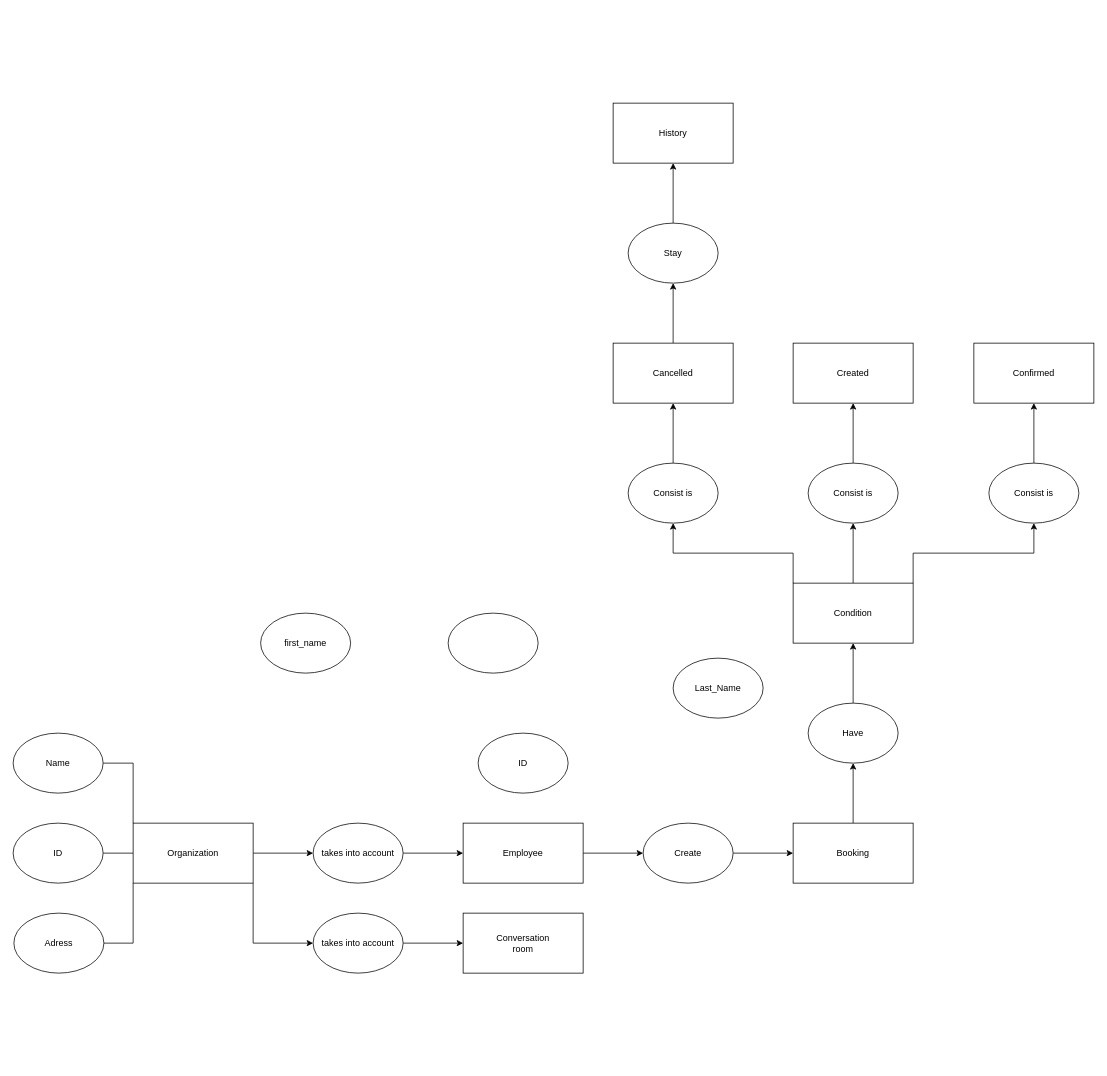
This is COURSE_3/TPaD_DB/LW/LW_Completed/LW_4/Conceptual_and_logical_models.drawio from Razebaloff/UKRTB_PopovD, a draw.io file, before an edit. Source tidied: cells renumbered, new cells numbered last; positions are measured from the earlier drawing's top-left corner, leaving out a move shared by most shapes. Both pictures are drawn from the tidied source at 75%, with x=0, y=0 at pixel (13, 103).
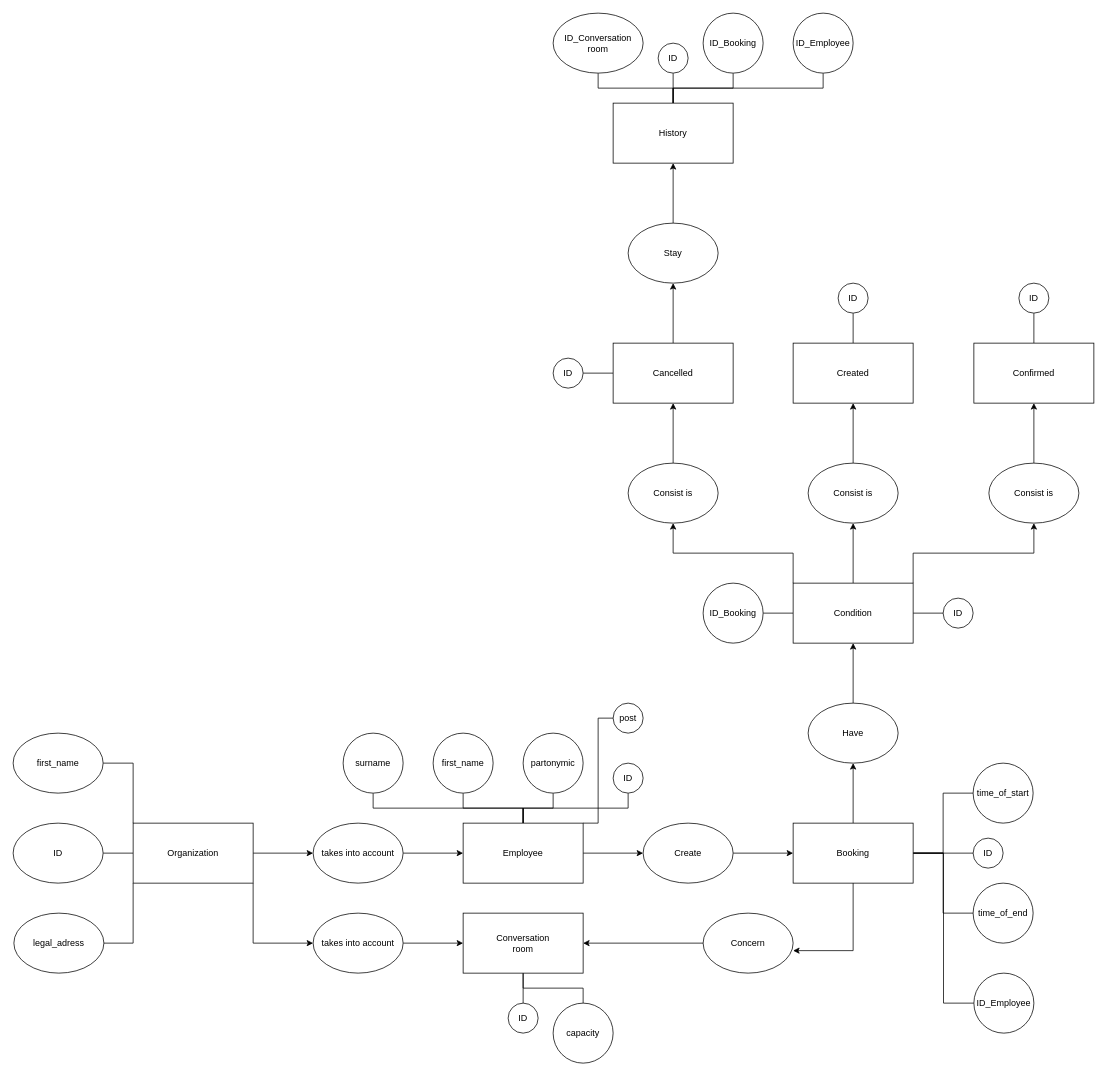
After the change.

The change refers to these unchanged cells:
```xml
<mxCell id="9" value="Employee" style="rounded=0;whiteSpace=wrap;html=1;" parent="1" vertex="1">
  <mxGeometry x="600" y="960" width="160" height="80" as="geometry" />
</mxCell>
<mxCell id="10" value="Conversation&lt;br&gt;room" style="rounded=0;whiteSpace=wrap;html=1;" parent="1" vertex="1">
  <mxGeometry x="600" y="1080" width="160" height="80" as="geometry" />
</mxCell>
<mxCell id="12" value="Booking" style="rounded=0;whiteSpace=wrap;html=1;" parent="1" vertex="1">
  <mxGeometry x="1040" y="960" width="160" height="80" as="geometry" />
</mxCell>
<mxCell id="22" value="Condition" style="rounded=0;whiteSpace=wrap;html=1;" parent="1" vertex="1">
  <mxGeometry x="1040" y="640" width="160" height="80" as="geometry" />
</mxCell>
<mxCell id="25" value="Created" style="rounded=0;whiteSpace=wrap;html=1;" parent="1" vertex="1">
  <mxGeometry x="1040" y="320" width="160" height="80" as="geometry" />
</mxCell>
<mxCell id="32" value="Confirmed" style="rounded=0;whiteSpace=wrap;html=1;" parent="1" vertex="1">
  <mxGeometry x="1281" y="320" width="160" height="80" as="geometry" />
</mxCell>
<mxCell id="34" value="Cancelled" style="rounded=0;whiteSpace=wrap;html=1;" parent="1" vertex="1">
  <mxGeometry x="800" y="320" width="160" height="80" as="geometry" />
</mxCell>
<mxCell id="35" value="History" style="rounded=0;whiteSpace=wrap;html=1;" parent="1" vertex="1">
  <mxGeometry x="800" width="160" height="80" as="geometry" />
</mxCell>
```

The edit, as a diff of the source:
```diff
@@
+    <mxCell id="45" style="edgeStyle=orthogonalEdgeStyle;rounded=0;jettySize=auto;html=1;exitX=0.5;exitY=0;exitDx=0;exitDy=0;entryX=0.5;entryY=1;entryDx=0;entryDy=0;defaultLabelBackgroundColor=page;labelPadding=0 4;endArrow=none;endFill=0;" parent="1" edge="1" source="9" target="43">
+      <mxGeometry relative="1" as="geometry" />
+    </mxCell>
+    <mxCell id="46" style="edgeStyle=orthogonalEdgeStyle;rounded=0;jettySize=auto;html=1;exitX=0.5;exitY=0;exitDx=0;exitDy=0;entryX=0.5;entryY=1;entryDx=0;entryDy=0;defaultLabelBackgroundColor=page;labelPadding=0 4;endArrow=none;endFill=0;" parent="1" edge="1" source="9" target="42">
+      <mxGeometry relative="1" as="geometry" />
+    </mxCell>
+    <mxCell id="47" style="edgeStyle=orthogonalEdgeStyle;rounded=0;jettySize=auto;html=1;exitX=0.5;exitY=0;exitDx=0;exitDy=0;entryX=0.5;entryY=1;entryDx=0;entryDy=0;defaultLabelBackgroundColor=page;labelPadding=0 4;endArrow=none;endFill=0;" parent="1" edge="1" source="9" target="65">
+      <mxGeometry relative="1" as="geometry" />
+    </mxCell>
+    <mxCell id="48" style="edgeStyle=orthogonalEdgeStyle;rounded=0;jettySize=auto;html=1;exitX=0.5;exitY=0;exitDx=0;exitDy=0;entryX=0.5;entryY=1;entryDx=0;entryDy=0;defaultLabelBackgroundColor=page;labelPadding=0 4;endArrow=none;endFill=0;" parent="1" edge="1" source="9" target="41">
+      <mxGeometry relative="1" as="geometry" />
+    </mxCell>
+    <mxCell id="49" style="edgeStyle=orthogonalEdgeStyle;rounded=0;jettySize=auto;html=1;exitX=1;exitY=0;exitDx=0;exitDy=0;entryX=0;entryY=0.5;entryDx=0;entryDy=0;defaultLabelBackgroundColor=page;labelPadding=0 4;endArrow=none;endFill=0;" parent="1" edge="1" source="9" target="44">
+      <mxGeometry relative="1" as="geometry">
+        <Array as="points">
+          <mxPoint x="780" y="960" />
+          <mxPoint x="780" y="820" />
+        </Array>
+      </mxGeometry>
+    </mxCell>
@@
+    <mxCell id="50" style="edgeStyle=orthogonalEdgeStyle;rounded=0;jettySize=auto;html=1;exitX=0.5;exitY=1;exitDx=0;exitDy=0;entryX=0.5;entryY=0;entryDx=0;entryDy=0;defaultLabelBackgroundColor=page;labelPadding=0 4;endArrow=none;endFill=0;" parent="1" edge="1" source="10" target="72">
+      <mxGeometry relative="1" as="geometry" />
+    </mxCell>
+    <mxCell id="51" style="edgeStyle=orthogonalEdgeStyle;rounded=0;jettySize=auto;html=1;exitX=0.5;exitY=1;exitDx=0;exitDy=0;entryX=0.5;entryY=0;entryDx=0;entryDy=0;defaultLabelBackgroundColor=page;labelPadding=0 4;endArrow=none;endFill=0;" parent="1" edge="1" source="10" target="73">
+      <mxGeometry relative="1" as="geometry" />
+    </mxCell>
@@
+    <mxCell id="52" style="edgeStyle=orthogonalEdgeStyle;rounded=0;jettySize=auto;html=1;exitX=1;exitY=0.5;exitDx=0;exitDy=0;defaultLabelBackgroundColor=page;labelPadding=0 4;endArrow=none;endFill=0;" parent="1" edge="1" source="12" target="70">
+      <mxGeometry relative="1" as="geometry" />
+    </mxCell>
+    <mxCell id="53" style="edgeStyle=orthogonalEdgeStyle;rounded=0;jettySize=auto;html=1;exitX=1;exitY=0.5;exitDx=0;exitDy=0;entryX=0;entryY=0.5;entryDx=0;entryDy=0;defaultLabelBackgroundColor=page;labelPadding=0 4;endArrow=none;endFill=0;" parent="1" edge="1" source="12" target="69">
+      <mxGeometry relative="1" as="geometry" />
+    </mxCell>
+    <mxCell id="54" style="edgeStyle=orthogonalEdgeStyle;rounded=0;jettySize=auto;html=1;exitX=1;exitY=0.5;exitDx=0;exitDy=0;entryX=0;entryY=0.5;entryDx=0;entryDy=0;defaultLabelBackgroundColor=page;labelPadding=0 4;endArrow=none;endFill=0;" parent="1" edge="1" source="12" target="71">
+      <mxGeometry relative="1" as="geometry" />
+    </mxCell>
+    <mxCell id="55" style="edgeStyle=orthogonalEdgeStyle;rounded=0;jettySize=auto;html=1;exitX=1;exitY=0.5;exitDx=0;exitDy=0;entryX=0;entryY=0.5;entryDx=0;entryDy=0;defaultLabelBackgroundColor=page;labelPadding=0 4;endArrow=none;endFill=0;" parent="1" edge="1" source="12" target="82">
+      <mxGeometry relative="1" as="geometry" />
+    </mxCell>
@@
+    <mxCell id="56" style="edgeStyle=orthogonalEdgeStyle;rounded=0;jettySize=auto;html=1;exitX=1;exitY=0.5;exitDx=0;exitDy=0;entryX=0;entryY=0.5;entryDx=0;entryDy=0;defaultLabelBackgroundColor=page;labelPadding=0 4;endArrow=none;endFill=0;" parent="1" edge="1" source="22" target="74">
+      <mxGeometry relative="1" as="geometry" />
+    </mxCell>
+    <mxCell id="57" style="edgeStyle=orthogonalEdgeStyle;rounded=0;jettySize=auto;html=1;exitX=0;exitY=0.5;exitDx=0;exitDy=0;entryX=1;entryY=0.5;entryDx=0;entryDy=0;defaultLabelBackgroundColor=page;labelPadding=0 4;endArrow=none;endFill=0;" parent="1" edge="1" source="22" target="83">
+      <mxGeometry relative="1" as="geometry" />
+    </mxCell>
@@
+    <mxCell id="58" style="edgeStyle=orthogonalEdgeStyle;rounded=0;jettySize=auto;html=1;exitX=0.5;exitY=0;exitDx=0;exitDy=0;entryX=0.5;entryY=1;entryDx=0;entryDy=0;defaultLabelBackgroundColor=page;labelPadding=0 4;endArrow=none;endFill=0;" parent="1" edge="1" source="25" target="76">
+      <mxGeometry relative="1" as="geometry" />
+    </mxCell>
@@
+    <mxCell id="59" style="edgeStyle=orthogonalEdgeStyle;rounded=0;jettySize=auto;html=1;exitX=0.5;exitY=0;exitDx=0;exitDy=0;entryX=0.5;entryY=1;entryDx=0;entryDy=0;defaultLabelBackgroundColor=page;labelPadding=0 4;endArrow=none;endFill=0;" parent="1" edge="1" source="32" target="75">
+      <mxGeometry relative="1" as="geometry" />
+    </mxCell>
@@
+    <mxCell id="60" style="edgeStyle=orthogonalEdgeStyle;rounded=0;jettySize=auto;html=1;exitX=0;exitY=0.5;exitDx=0;exitDy=0;entryX=1;entryY=0.5;entryDx=0;entryDy=0;defaultLabelBackgroundColor=page;labelPadding=0 4;endArrow=none;endFill=0;" parent="1" edge="1" source="34" target="77">
+      <mxGeometry relative="1" as="geometry" />
+    </mxCell>
@@
+    <mxCell id="61" style="edgeStyle=orthogonalEdgeStyle;rounded=0;jettySize=auto;html=1;exitX=0.5;exitY=0;exitDx=0;exitDy=0;entryX=0.5;entryY=1;entryDx=0;entryDy=0;defaultLabelBackgroundColor=page;labelPadding=0 4;endArrow=none;endFill=0;" parent="1" edge="1" source="35" target="78">
+      <mxGeometry relative="1" as="geometry" />
+    </mxCell>
+    <mxCell id="62" style="edgeStyle=orthogonalEdgeStyle;rounded=0;jettySize=auto;html=1;exitX=0.5;exitY=0;exitDx=0;exitDy=0;entryX=0.5;entryY=1;entryDx=0;entryDy=0;defaultLabelBackgroundColor=page;labelPadding=0 4;endArrow=none;endFill=0;" parent="1" edge="1" source="35" target="79">
+      <mxGeometry relative="1" as="geometry" />
+    </mxCell>
+    <mxCell id="63" style="edgeStyle=orthogonalEdgeStyle;rounded=0;jettySize=auto;html=1;exitX=0.5;exitY=0;exitDx=0;exitDy=0;entryX=0.5;entryY=1;entryDx=0;entryDy=0;defaultLabelBackgroundColor=page;labelPadding=0 4;endArrow=none;endFill=0;" parent="1" edge="1" source="35" target="80">
+      <mxGeometry relative="1" as="geometry" />
+    </mxCell>
+    <mxCell id="64" style="edgeStyle=orthogonalEdgeStyle;rounded=0;jettySize=auto;html=1;exitX=0.5;exitY=0;exitDx=0;exitDy=0;entryX=0.5;entryY=1;entryDx=0;entryDy=0;defaultLabelBackgroundColor=page;labelPadding=0 4;endArrow=none;endFill=0;" parent="1" edge="1" source="35" target="81">
+      <mxGeometry relative="1" as="geometry" />
+    </mxCell>
@@
-    <mxCell id="39" value="Name" style="ellipse;whiteSpace=wrap;html=1;shapeInside=1;" parent="1" vertex="1">
+    <mxCell id="39" value="first_name" style="ellipse;whiteSpace=wrap;html=1;shapeInside=1;" parent="1" vertex="1">
       <mxGeometry y="840" width="120" height="80" as="geometry" />
     </mxCell>
-    <mxCell id="40" value="Adress" style="ellipse;whiteSpace=wrap;html=1;shapeInside=1;" parent="1" vertex="1">
+    <mxCell id="40" value="legal_adress" style="ellipse;whiteSpace=wrap;html=1;shapeInside=1;" parent="1" vertex="1">
       <mxGeometry x="1" y="1080" width="120" height="80" as="geometry" />
     </mxCell>
     <mxCell id="41" value="ID" style="ellipse;whiteSpace=wrap;html=1;shapeInside=1;" parent="1" vertex="1">
-      <mxGeometry x="620" y="840" width="120" height="80" as="geometry" />
+      <mxGeometry x="800" y="880" width="40" height="40" as="geometry" />
     </mxCell>
     <mxCell id="42" value="first_name" style="ellipse;whiteSpace=wrap;html=1;shapeInside=1;" parent="1" vertex="1">
-      <mxGeometry x="330" y="680" width="120" height="80" as="geometry" />
+      <mxGeometry x="560" y="840" width="80" height="80" as="geometry" />
     </mxCell>
-    <mxCell id="43" value="Last_Name" style="ellipse;whiteSpace=wrap;html=1;shapeInside=1;" parent="1" vertex="1">
-      <mxGeometry x="880" y="740" width="120" height="80" as="geometry" />
+    <mxCell id="43" value="surname" style="ellipse;whiteSpace=wrap;html=1;shapeInside=1;" parent="1" vertex="1">
+      <mxGeometry x="440" y="840" width="80" height="80" as="geometry" />
     </mxCell>
-    <mxCell id="44" style="ellipse;whiteSpace=wrap;html=1;shapeInside=1;" parent="1" vertex="1">
-      <mxGeometry x="580" y="680" width="120" height="80" as="geometry" />
+    <mxCell id="44" value="post" style="ellipse;whiteSpace=wrap;html=1;shapeInside=1;" parent="1" vertex="1">
+      <mxGeometry x="800" y="800" width="40" height="40" as="geometry" />
     </mxCell>
+    <mxCell id="65" value="partonymic" style="ellipse;whiteSpace=wrap;html=1;shapeInside=1;" parent="1" vertex="1">
+      <mxGeometry x="680" y="840" width="80" height="80" as="geometry" />
+    </mxCell>
+    <mxCell id="66" style="edgeStyle=orthogonalEdgeStyle;rounded=0;jettySize=auto;html=1;exitX=0;exitY=0.5;exitDx=0;exitDy=0;entryX=1;entryY=0.5;entryDx=0;entryDy=0;defaultLabelBackgroundColor=page;labelPadding=0 4;" parent="1" edge="1" source="67" target="10">
+      <mxGeometry relative="1" as="geometry" />
+    </mxCell>
+    <mxCell id="67" value="Concern" style="ellipse;whiteSpace=wrap;html=1;shapeInside=1;" parent="1" vertex="1">
+      <mxGeometry x="920" y="1080" width="120" height="80" as="geometry" />
+    </mxCell>
+    <mxCell id="68" style="edgeStyle=orthogonalEdgeStyle;rounded=0;jettySize=auto;html=1;exitX=0.5;exitY=1;exitDx=0;exitDy=0;entryX=1;entryY=0.625;entryDx=0;entryDy=0;entryPerimeter=0;defaultLabelBackgroundColor=page;labelPadding=0 4;" parent="1" edge="1" source="12" target="67">
+      <mxGeometry relative="1" as="geometry" />
+    </mxCell>
+    <mxCell id="69" value="ID" style="ellipse;whiteSpace=wrap;html=1;shapeInside=1;" parent="1" vertex="1">
+      <mxGeometry x="1280" y="980" width="40" height="40" as="geometry" />
+    </mxCell>
+    <mxCell id="70" value="time_of_start" style="ellipse;whiteSpace=wrap;html=1;shapeInside=1;" parent="1" vertex="1">
+      <mxGeometry x="1280" y="880" width="80" height="80" as="geometry" />
+    </mxCell>
+    <mxCell id="71" value="time_of_end" style="ellipse;whiteSpace=wrap;html=1;shapeInside=1;" parent="1" vertex="1">
+      <mxGeometry x="1280" y="1040" width="80" height="80" as="geometry" />
+    </mxCell>
+    <mxCell id="72" value="ID" style="ellipse;whiteSpace=wrap;html=1;shapeInside=1;" parent="1" vertex="1">
+      <mxGeometry x="660" y="1200" width="40" height="40" as="geometry" />
+    </mxCell>
+    <mxCell id="73" value="capacity" style="ellipse;whiteSpace=wrap;html=1;shapeInside=1;" parent="1" vertex="1">
+      <mxGeometry x="720" y="1200" width="80" height="80" as="geometry" />
+    </mxCell>
+    <mxCell id="74" value="ID" style="ellipse;whiteSpace=wrap;html=1;shapeInside=1;" parent="1" vertex="1">
+      <mxGeometry x="1240" y="660" width="40" height="40" as="geometry" />
+    </mxCell>
+    <mxCell id="75" value="ID" style="ellipse;whiteSpace=wrap;html=1;shapeInside=1;" parent="1" vertex="1">
+      <mxGeometry x="1341" y="240" width="40" height="40" as="geometry" />
+    </mxCell>
+    <mxCell id="76" value="ID" style="ellipse;whiteSpace=wrap;html=1;shapeInside=1;" parent="1" vertex="1">
+      <mxGeometry x="1100" y="240" width="40" height="40" as="geometry" />
+    </mxCell>
+    <mxCell id="77" value="ID" style="ellipse;whiteSpace=wrap;html=1;shapeInside=1;" parent="1" vertex="1">
+      <mxGeometry x="720" y="340" width="40" height="40" as="geometry" />
+    </mxCell>
+    <mxCell id="78" value="ID" style="ellipse;whiteSpace=wrap;html=1;shapeInside=1;" parent="1" vertex="1">
+      <mxGeometry x="860" y="-80" width="40" height="40" as="geometry" />
+    </mxCell>
+    <mxCell id="79" value="ID_Booking" style="ellipse;whiteSpace=wrap;html=1;shapeInside=1;" parent="1" vertex="1">
+      <mxGeometry x="920" y="-120" width="80" height="80" as="geometry" />
+    </mxCell>
+    <mxCell id="80" value="ID_Conversation&lt;br&gt;room" style="ellipse;whiteSpace=wrap;html=1;shapeInside=1;" parent="1" vertex="1">
+      <mxGeometry x="720" y="-120" width="120" height="80" as="geometry" />
+    </mxCell>
+    <mxCell id="81" value="ID_Employee" style="ellipse;whiteSpace=wrap;html=1;shapeInside=1;" parent="1" vertex="1">
+      <mxGeometry x="1040" y="-120" width="80" height="80" as="geometry" />
+    </mxCell>
+    <mxCell id="82" value="ID_Employee" style="ellipse;whiteSpace=wrap;html=1;shapeInside=1;" parent="1" vertex="1">
+      <mxGeometry x="1281" y="1160" width="80" height="80" as="geometry" />
+    </mxCell>
+    <mxCell id="83" value="ID_Booking" style="ellipse;whiteSpace=wrap;html=1;shapeInside=1;" parent="1" vertex="1">
+      <mxGeometry x="920" y="640" width="80" height="80" as="geometry" />
+    </mxCell>
```
